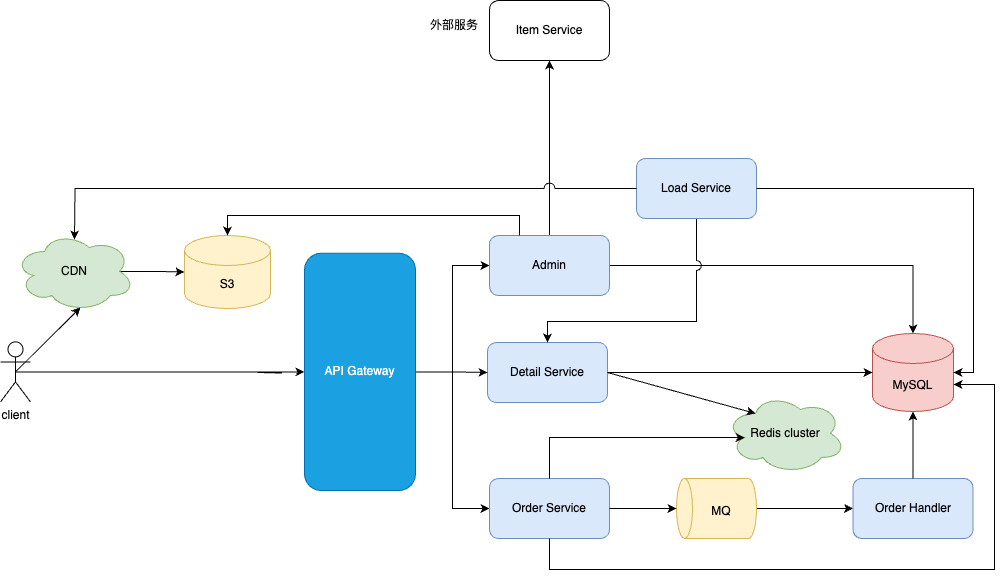
Above: pictures/flash_sale/final.drawio.png in alikWu/system-design (draw.io), before the change. Source tidied: cells renumbered, new cells last; positions are measured from the earlier drawing's top-left corner, leaving out a move shared by most shapes.
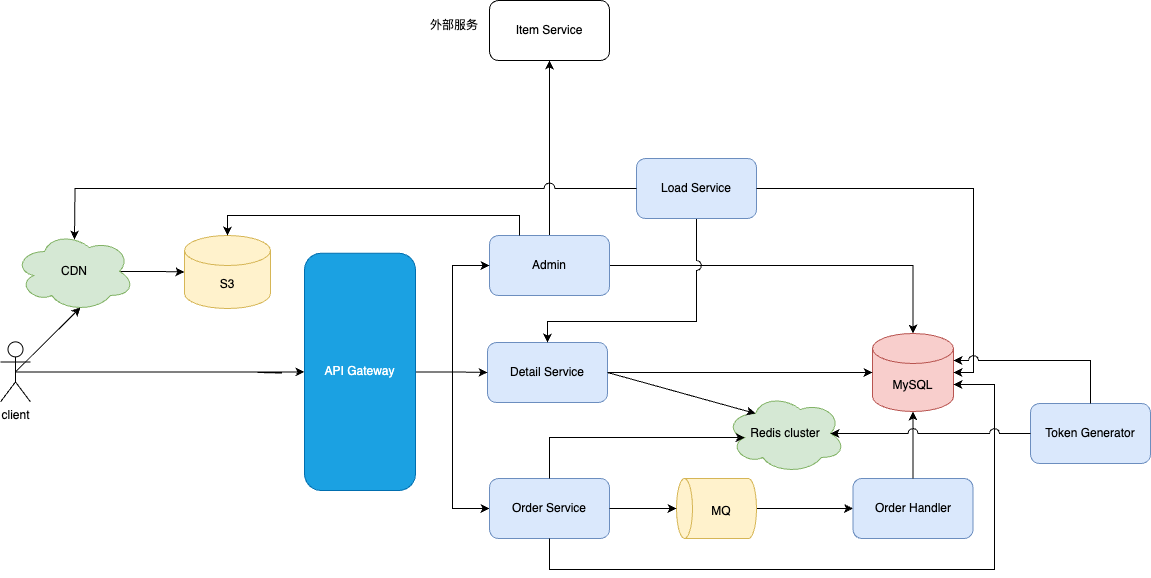
After the change.

Change to the diagram source:
```diff
@@ -126,5 +126,14 @@
     <mxCell id="36" style="edgeStyle=orthogonalEdgeStyle;rounded=0;jettySize=auto;html=1;exitX=0.25;exitY=0;exitDx=0;exitDy=0;entryX=0.5;entryY=0;entryDx=0;entryDy=0;entryPerimeter=0;" parent="1" edge="1" source="8" target="28">
       <mxGeometry relative="1" as="geometry" />
     </mxCell>
+    <mxCell id="37" value="Token Generator" style="rounded=1;whiteSpace=wrap;html=1;fillColor=#dae8fc;strokeColor=#6c8ebf;" parent="1" vertex="1">
+      <mxGeometry x="1030" y="403" width="120" height="60" as="geometry" />
+    </mxCell>
+    <mxCell id="38" style="edgeStyle=orthogonalEdgeStyle;rounded=0;jettySize=auto;html=1;exitX=0;exitY=0.5;exitDx=0;exitDy=0;entryX=0.875;entryY=0.5;entryDx=0;entryDy=0;entryPerimeter=0;jumpStyle=arc;jumpSize=10;" parent="1" edge="1" source="37" target="22">
+      <mxGeometry relative="1" as="geometry" />
+    </mxCell>
+    <mxCell id="39" style="edgeStyle=orthogonalEdgeStyle;rounded=0;jettySize=auto;html=1;exitX=0.5;exitY=0;exitDx=0;exitDy=0;entryX=1;entryY=0;entryDx=0;entryDy=27;entryPerimeter=0;jumpStyle=arc;jumpSize=10;" parent="1" edge="1" source="37" target="17">
+      <mxGeometry relative="1" as="geometry" />
+    </mxCell>
   </root>
 </mxGraphModel>
```
